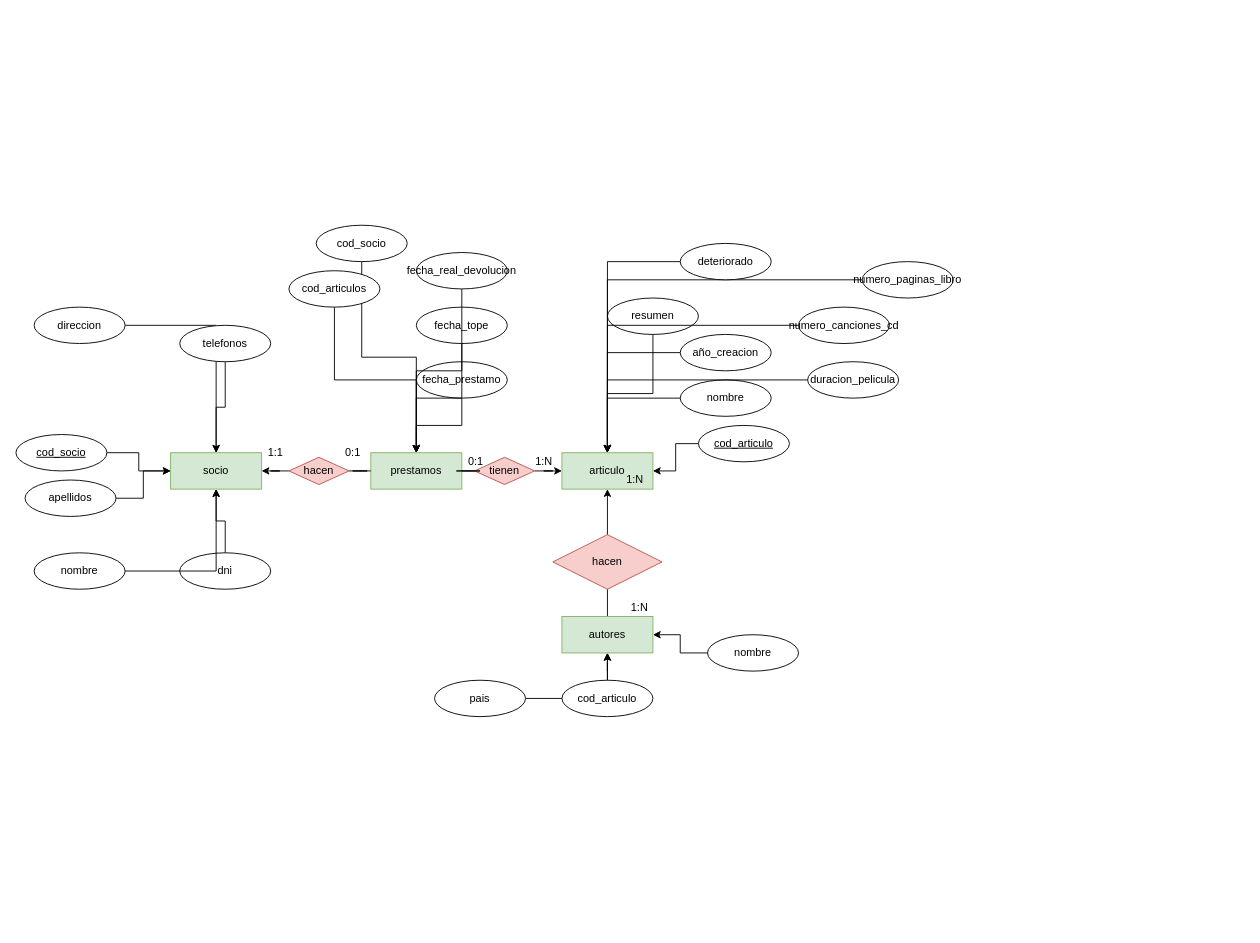
aramossanchez/Diagramas_ER keeps this draw.io diagram as Reto 6.drawio. Above is the earlier version. Source tidied: cells renumbered, new cells numbered last; positions are measured from the earlier drawing's top-left corner, leaving out a move shared by most shapes. Both pictures are drawn from the tidied source at 91%, with x=0, y=0 at pixel (15, 225).
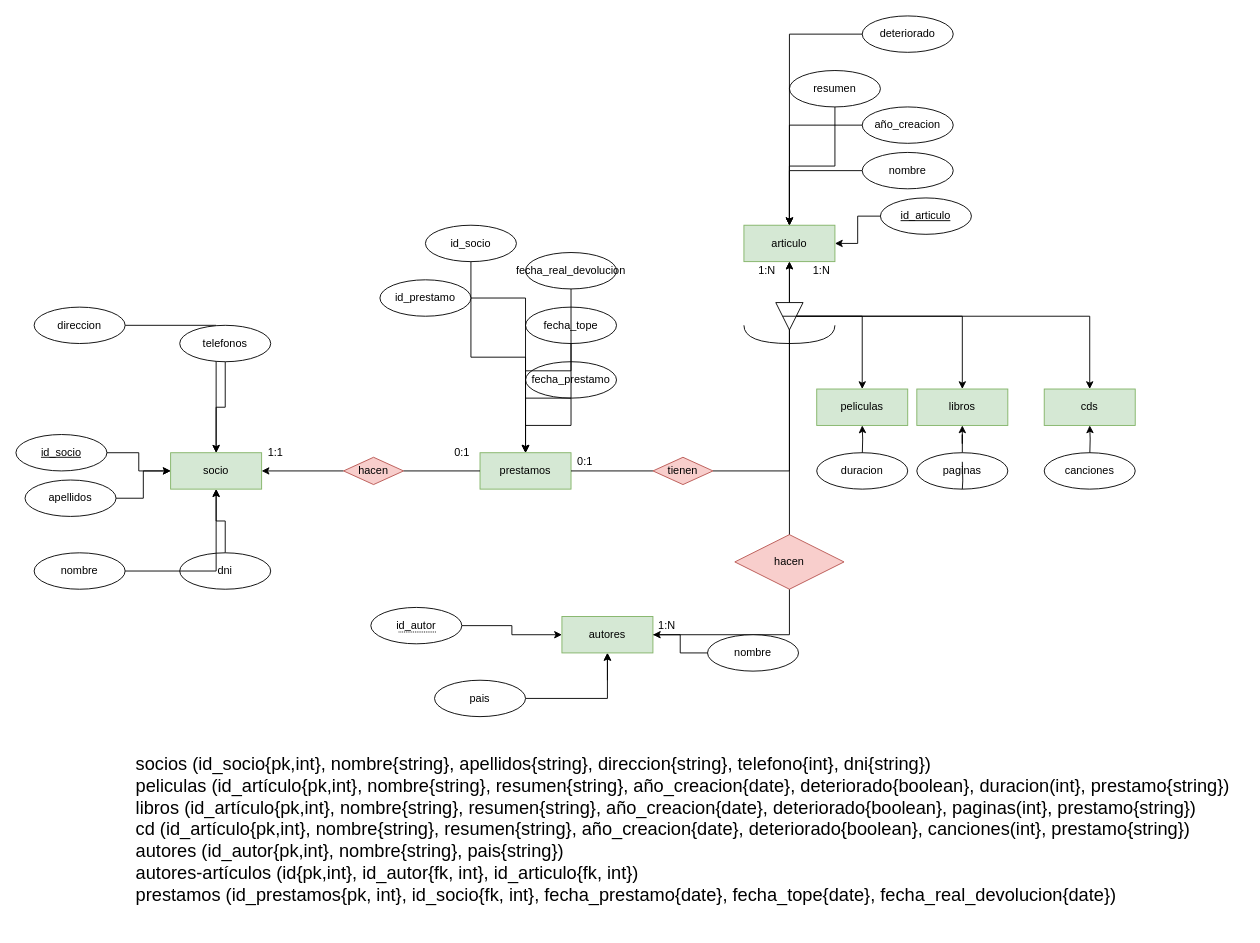
After the change.

Commit message (it also covers changes not shown here):
subo modelo reto 6

The change refers to these unchanged cells:
```xml
<mxCell id="25" value="autores" style="whiteSpace=wrap;html=1;align=center;fillColor=#d5e8d4;strokeColor=#82b366;" parent="1" vertex="1">
  <mxGeometry x="600" y="430" width="100" height="40" as="geometry" />
</mxCell>
```

Change to the diagram source:
```diff
@@
-    <mxCell id="9" value="&lt;u&gt;cod_socio&lt;/u&gt;" style="ellipse;whiteSpace=wrap;html=1;align=center;" parent="1" vertex="1">
+    <mxCell id="9" value="&lt;u&gt;id_socio&lt;/u&gt;" style="ellipse;whiteSpace=wrap;html=1;align=center;" parent="1" vertex="1">
       <mxGeometry y="230" width="100" height="40" as="geometry" />
     </mxCell>
@@
     <mxCell id="15" value="articulo" style="whiteSpace=wrap;html=1;align=center;fillColor=#d5e8d4;strokeColor=#82b366;" parent="1" vertex="1">
-      <mxGeometry x="600" y="250" width="100" height="40" as="geometry" />
+      <mxGeometry x="800" width="100" height="40" as="geometry" />
     </mxCell>
@@
-    <mxCell id="17" value="&lt;u&gt;cod_articulo&lt;/u&gt;" style="ellipse;whiteSpace=wrap;html=1;align=center;" parent="1" vertex="1">
-      <mxGeometry x="750" y="220" width="100" height="40" as="geometry" />
+    <mxCell id="17" value="&lt;u&gt;id_articulo&lt;/u&gt;" style="ellipse;whiteSpace=wrap;html=1;align=center;" parent="1" vertex="1">
+      <mxGeometry x="950" y="-30" width="100" height="40" as="geometry" />
     </mxCell>
@@
     <mxCell id="19" value="nombre" style="ellipse;whiteSpace=wrap;html=1;align=center;" parent="1" vertex="1">
-      <mxGeometry x="730" y="170" width="100" height="40" as="geometry" />
+      <mxGeometry x="930" y="-80" width="100" height="40" as="geometry" />
     </mxCell>
@@
     <mxCell id="21" value="año_creacion" style="ellipse;whiteSpace=wrap;html=1;align=center;" parent="1" vertex="1">
-      <mxGeometry x="730" y="120" width="100" height="40" as="geometry" />
+      <mxGeometry x="930" y="-130" width="100" height="40" as="geometry" />
     </mxCell>
@@
     <mxCell id="23" value="resumen" style="ellipse;whiteSpace=wrap;html=1;align=center;" parent="1" vertex="1">
-      <mxGeometry x="650" y="80" width="100" height="40" as="geometry" />
+      <mxGeometry x="850" y="-170" width="100" height="40" as="geometry" />
     </mxCell>
@@
-    <mxCell id="30" style="edgeStyle=orthogonalEdgeStyle;rounded=0;jettySize=auto;html=1;entryX=0.5;entryY=1;entryDx=0;entryDy=0;" parent="1" edge="1" source="31" target="25">
-      <mxGeometry relative="1" as="geometry" />
+    <mxCell id="30" style="edgeStyle=orthogonalEdgeStyle;rounded=0;jettySize=auto;html=1;entryX=0.5;entryY=1;entryDx=0;entryDy=0;" parent="1" edge="1" target="25">
+      <mxGeometry relative="1" as="geometry">
+        <mxPoint x="650" y="500" as="sourcePoint" />
+      </mxGeometry>
     </mxCell>
-    <mxCell id="31" value="cod_articulo" style="ellipse;whiteSpace=wrap;html=1;align=center;" parent="1" vertex="1">
-      <mxGeometry x="600" y="500" width="100" height="40" as="geometry" />
-    </mxCell>
     <mxCell id="32" value="hacen" style="shape=rhombus;perimeter=rhombusPerimeter;whiteSpace=wrap;html=1;align=center;fillColor=#f8cecc;strokeColor=#b85450;" parent="1" vertex="1">
-      <mxGeometry x="590" y="340" width="120" height="60" as="geometry" />
+      <mxGeometry x="790" y="340" width="120" height="60" as="geometry" />
     </mxCell>
     <mxCell id="33" value="1:N" style="text;html=1;align=center;verticalAlign=middle;fillColor=none;strokeColor=none;rounded=0;" parent="1" vertex="1">
-      <mxGeometry x="665" y="270" width="30" height="20" as="geometry" />
+      <mxGeometry x="870" y="40" width="30" height="20" as="geometry" />
     </mxCell>
     <mxCell id="34" value="1:N" style="text;html=1;align=center;verticalAlign=middle;fillColor=none;strokeColor=none;rounded=0;" parent="1" vertex="1">
-      <mxGeometry x="670" y="410" width="30" height="20" as="geometry" />
+      <mxGeometry x="700" y="430" width="30" height="20" as="geometry" />
     </mxCell>
-    <mxCell id="35" style="edgeStyle=orthogonalEdgeStyle;rounded=0;jettySize=auto;html=1;" parent="1" edge="1" source="36" target="15">
-      <mxGeometry relative="1" as="geometry" />
-    </mxCell>
-    <mxCell id="36" value="numero_paginas_libro" style="ellipse;whiteSpace=wrap;html=1;align=center;" parent="1" vertex="1">
-      <mxGeometry x="930" y="40" width="100" height="40" as="geometry" />
-    </mxCell>
-    <mxCell id="37" style="edgeStyle=orthogonalEdgeStyle;rounded=0;jettySize=auto;html=1;" parent="1" edge="1" source="38" target="15">
-      <mxGeometry relative="1" as="geometry" />
-    </mxCell>
-    <mxCell id="38" value="numero_canciones_cd" style="ellipse;whiteSpace=wrap;html=1;align=center;" parent="1" vertex="1">
-      <mxGeometry x="860" y="90" width="100" height="40" as="geometry" />
-    </mxCell>
-    <mxCell id="39" style="edgeStyle=orthogonalEdgeStyle;rounded=0;jettySize=auto;html=1;" parent="1" edge="1" source="40" target="15">
-      <mxGeometry relative="1" as="geometry" />
-    </mxCell>
-    <mxCell id="40" value="duracion_pelicula" style="ellipse;whiteSpace=wrap;html=1;align=center;" parent="1" vertex="1">
-      <mxGeometry x="870" y="150" width="100" height="40" as="geometry" />
-    </mxCell>
@@
     <mxCell id="42" value="deteriorado" style="ellipse;whiteSpace=wrap;html=1;align=center;" parent="1" vertex="1">
-      <mxGeometry x="730" y="20" width="100" height="40" as="geometry" />
+      <mxGeometry x="930" y="-230" width="100" height="40" as="geometry" />
     </mxCell>
@@
     <mxCell id="45" value="prestamos" style="whiteSpace=wrap;html=1;align=center;fillColor=#d5e8d4;strokeColor=#82b366;" parent="1" vertex="1">
-      <mxGeometry x="390" y="250" width="100" height="40" as="geometry" />
+      <mxGeometry x="510" y="250" width="100" height="40" as="geometry" />
     </mxCell>
     <mxCell id="46" value="hacen" style="shape=rhombus;perimeter=rhombusPerimeter;whiteSpace=wrap;html=1;align=center;fillColor=#f8cecc;strokeColor=#b85450;" parent="1" vertex="1">
-      <mxGeometry x="300" y="255" width="66" height="30" as="geometry" />
+      <mxGeometry x="360" y="255" width="66" height="30" as="geometry" />
     </mxCell>
@@
     <mxCell id="48" value="tienen" style="shape=rhombus;perimeter=rhombusPerimeter;whiteSpace=wrap;html=1;align=center;fillColor=#f8cecc;strokeColor=#b85450;" parent="1" vertex="1">
-      <mxGeometry x="504" y="255" width="66" height="30" as="geometry" />
+      <mxGeometry x="700" y="255" width="66" height="30" as="geometry" />
     </mxCell>
@@
     <mxCell id="51" value="fecha_prestamo" style="ellipse;whiteSpace=wrap;html=1;align=center;" parent="1" vertex="1">
-      <mxGeometry x="440" y="150" width="100" height="40" as="geometry" />
+      <mxGeometry x="560" y="150" width="100" height="40" as="geometry" />
     </mxCell>
@@
     <mxCell id="53" value="fecha_tope" style="ellipse;whiteSpace=wrap;html=1;align=center;" parent="1" vertex="1">
-      <mxGeometry x="440" y="90" width="100" height="40" as="geometry" />
+      <mxGeometry x="560" y="90" width="100" height="40" as="geometry" />
     </mxCell>
@@
     <mxCell id="55" value="fecha_real_devolucion" style="ellipse;whiteSpace=wrap;html=1;align=center;" parent="1" vertex="1">
-      <mxGeometry x="440" y="30" width="100" height="40" as="geometry" />
+      <mxGeometry x="560" y="30" width="100" height="40" as="geometry" />
     </mxCell>
     <mxCell id="56" value="0:1" style="text;html=1;align=center;verticalAlign=middle;fillColor=none;strokeColor=none;rounded=0;" parent="1" vertex="1">
-      <mxGeometry x="355" y="240" width="30" height="20" as="geometry" />
+      <mxGeometry x="475" y="240" width="30" height="20" as="geometry" />
     </mxCell>
@@
     <mxCell id="58" value="1:N" style="text;html=1;align=center;verticalAlign=middle;fillColor=none;strokeColor=none;rounded=0;" parent="1" vertex="1">
-      <mxGeometry x="565" y="250" width="30" height="20" as="geometry" />
+      <mxGeometry x="810" y="40" width="30" height="20" as="geometry" />
     </mxCell>
     <mxCell id="59" value="0:1" style="text;html=1;align=center;verticalAlign=middle;fillColor=none;strokeColor=none;rounded=0;" parent="1" vertex="1">
-      <mxGeometry x="490" y="250" width="30" height="20" as="geometry" />
+      <mxGeometry x="610" y="250" width="30" height="20" as="geometry" />
     </mxCell>
@@
-    <mxCell id="61" value="cod_socio" style="ellipse;whiteSpace=wrap;html=1;align=center;" parent="1" vertex="1">
-      <mxGeometry x="330" width="100" height="40" as="geometry" />
+    <mxCell id="61" value="id_socio" style="ellipse;whiteSpace=wrap;html=1;align=center;" parent="1" vertex="1">
+      <mxGeometry x="450" width="100" height="40" as="geometry" />
     </mxCell>
-    <mxCell id="62" style="edgeStyle=orthogonalEdgeStyle;rounded=0;jettySize=auto;html=1;" parent="1" edge="1" source="63" target="45">
-      <mxGeometry relative="1" as="geometry" />
-    </mxCell>
-    <mxCell id="63" value="cod_articulos" style="ellipse;whiteSpace=wrap;html=1;align=center;" parent="1" vertex="1">
-      <mxGeometry x="300" y="50" width="100" height="40" as="geometry" />
-    </mxCell>
+    <mxCell id="64" style="edgeStyle=orthogonalEdgeStyle;rounded=0;jettySize=auto;html=1;" parent="1" edge="1" source="66" target="71">
+      <mxGeometry relative="1" as="geometry" />
+    </mxCell>
+    <mxCell id="65" style="edgeStyle=orthogonalEdgeStyle;rounded=0;jettySize=auto;html=1;" parent="1" edge="1" source="66" target="70">
+      <mxGeometry relative="1" as="geometry" />
+    </mxCell>
+    <mxCell id="66" style="triangle;whiteSpace=wrap;html=1;rotation=90;" parent="1" vertex="1">
+      <mxGeometry x="835" y="85" width="30" height="30" as="geometry" />
+    </mxCell>
+    <mxCell id="67" style="edgeStyle=orthogonalEdgeStyle;rounded=0;jettySize=auto;html=1;exitX=0.5;exitY=1;exitDx=0;exitDy=0;" parent="1" edge="1" source="66" target="69">
+      <mxGeometry relative="1" as="geometry" />
+    </mxCell>
+    <mxCell id="68" style="shape=requiredInterface;html=1;verticalLabelPosition=bottom;sketch=0;rotation=90;" parent="1" vertex="1">
+      <mxGeometry x="840" y="70" width="20" height="100" as="geometry" />
+    </mxCell>
+    <mxCell id="69" value="libros" style="whiteSpace=wrap;html=1;align=center;fillColor=#d5e8d4;strokeColor=#82b366;" parent="1" vertex="1">
+      <mxGeometry x="990" y="180" width="100" height="40" as="geometry" />
+    </mxCell>
+    <mxCell id="70" value="cds" style="whiteSpace=wrap;html=1;align=center;fillColor=#d5e8d4;strokeColor=#82b366;" parent="1" vertex="1">
+      <mxGeometry x="1130" y="180" width="100" height="40" as="geometry" />
+    </mxCell>
+    <mxCell id="71" value="peliculas" style="whiteSpace=wrap;html=1;align=center;fillColor=#d5e8d4;strokeColor=#82b366;" parent="1" vertex="1">
+      <mxGeometry x="880" y="180" width="100" height="40" as="geometry" />
+    </mxCell>
+    <mxCell id="72" style="edgeStyle=orthogonalEdgeStyle;rounded=0;jettySize=auto;html=1;" parent="1" edge="1" target="71">
+      <mxGeometry relative="1" as="geometry">
+        <mxPoint x="930" y="255" as="sourcePoint" />
+      </mxGeometry>
+    </mxCell>
+    <mxCell id="73" style="edgeStyle=orthogonalEdgeStyle;rounded=0;jettySize=auto;html=1;" parent="1" edge="1" target="70">
+      <mxGeometry relative="1" as="geometry">
+        <mxPoint x="1180" y="255" as="sourcePoint" />
+      </mxGeometry>
+    </mxCell>
+    <mxCell id="74" style="edgeStyle=orthogonalEdgeStyle;rounded=0;jettySize=auto;html=1;startArrow=none;" parent="1" edge="1" source="80" target="69">
+      <mxGeometry relative="1" as="geometry" />
+    </mxCell>
+    <mxCell id="75" value="&lt;font style=&quot;font-size: 20px&quot;&gt;socios (id_socio{pk,int}, nombre{string}, apellidos{string}, direccion{string}, telefono{int}, dni{string})&lt;br&gt;peliculas (id_artículo{pk,int}, nombre{string}, resumen{string}, año_creacion{date}, deteriorado{boolean}, duracion(int}, prestamo{string})&lt;br&gt;libros (id_artículo{pk,int}, nombre{string}, resumen{string}, año_creacion{date}, deteriorado{boolean}, paginas(int}, prestamo{string})&lt;br&gt;cd (id_artículo{pk,int}, nombre{string}, resumen{string}, año_creacion{date}, deteriorado{boolean}, canciones(int}, prestamo{string})&lt;br&gt;autores (id_autor{pk,int}, nombre{string}, pais{string})&lt;br&gt;autores-artículos (id{pk,int}, id_autor{fk, int}, id_articulo{fk, int})&lt;br&gt;prestamos (id_prestamos{pk, int}, id_socio{fk, int}, fecha_prestamo{date}, fecha_tope{date}, fecha_real_devolucion{date})&lt;br&gt;&lt;br&gt;&lt;/font&gt;" style="text;html=1;align=left;verticalAlign=middle;strokeColor=none;fillColor=none;" parent="1" vertex="1">
+      <mxGeometry x="130" y="610" width="1220" height="130" as="geometry" />
+    </mxCell>
+    <mxCell id="76" style="edgeStyle=orthogonalEdgeStyle;rounded=0;jettySize=auto;html=1;" parent="1" edge="1" source="77" target="25">
+      <mxGeometry relative="1" as="geometry" />
+    </mxCell>
+    <mxCell id="77" value="&lt;span style=&quot;border-bottom: 1px dotted&quot;&gt;id_autor&lt;/span&gt;" style="ellipse;whiteSpace=wrap;html=1;align=center;" parent="1" vertex="1">
+      <mxGeometry x="390" y="420" width="100" height="40" as="geometry" />
+    </mxCell>
+    <mxCell id="78" value="canciones" style="ellipse;whiteSpace=wrap;html=1;align=center;" parent="1" vertex="1">
+      <mxGeometry x="1130" y="250" width="100" height="40" as="geometry" />
+    </mxCell>
+    <mxCell id="79" value="duracion" style="ellipse;whiteSpace=wrap;html=1;align=center;" parent="1" vertex="1">
+      <mxGeometry x="880" y="250" width="100" height="40" as="geometry" />
+    </mxCell>
+    <mxCell id="80" value="paginas" style="ellipse;whiteSpace=wrap;html=1;align=center;" parent="1" vertex="1">
+      <mxGeometry x="990" y="250" width="100" height="40" as="geometry" />
+    </mxCell>
+    <mxCell id="81" style="edgeStyle=orthogonalEdgeStyle;rounded=0;jettySize=auto;html=1;endArrow=none;" parent="1" edge="1" target="80">
+      <mxGeometry relative="1" as="geometry">
+        <mxPoint x="1040" y="260" as="sourcePoint" />
+      </mxGeometry>
+    </mxCell>
+    <mxCell id="82" style="edgeStyle=orthogonalEdgeStyle;rounded=0;jettySize=auto;html=1;" parent="1" edge="1" source="83" target="45">
+      <mxGeometry relative="1" as="geometry" />
+    </mxCell>
+    <mxCell id="83" value="id_prestamo" style="ellipse;whiteSpace=wrap;html=1;align=center;" parent="1" vertex="1">
+      <mxGeometry x="400" y="60" width="100" height="40" as="geometry" />
+    </mxCell>
```
